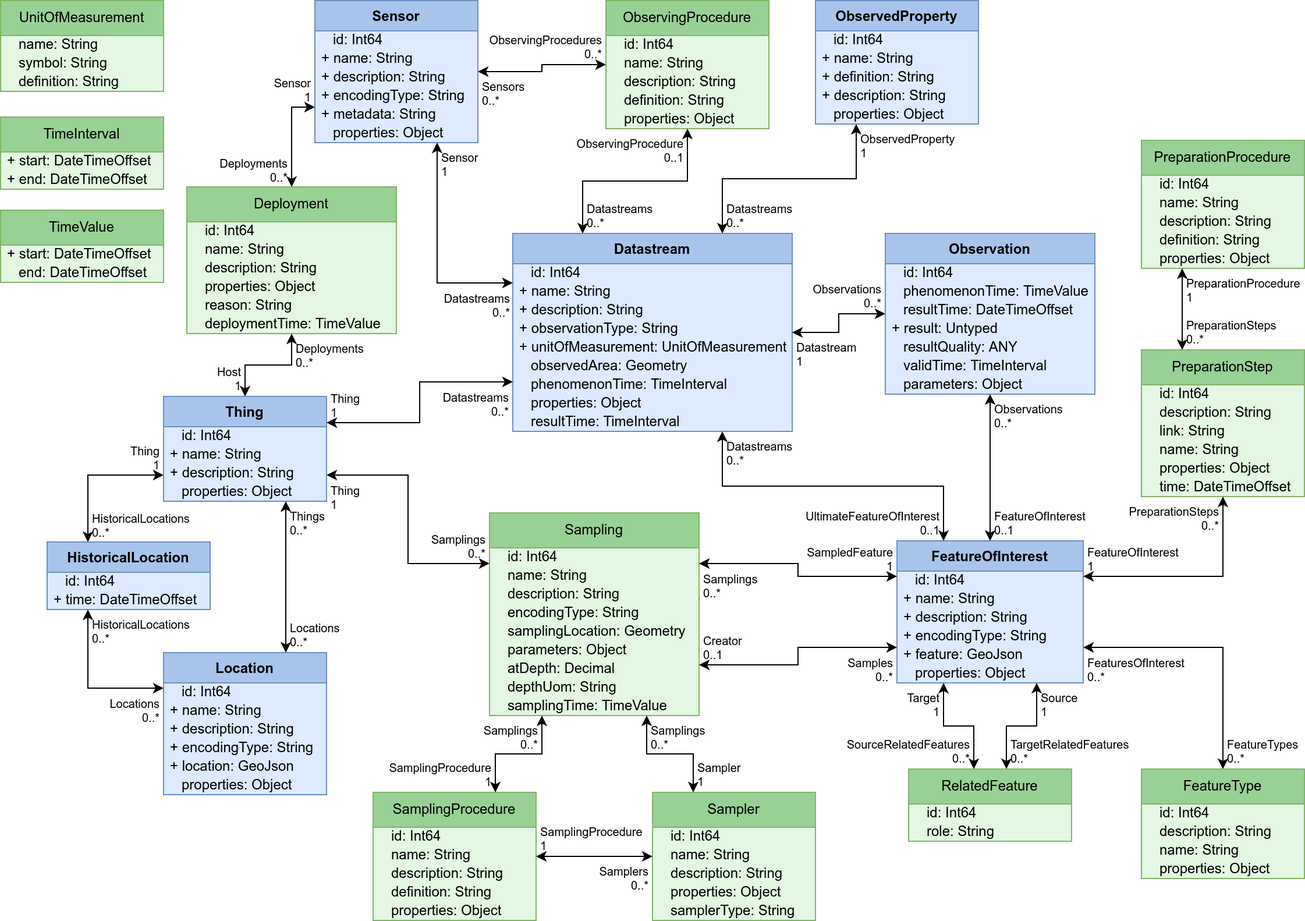
hylkevds/FROST-Server.Plugin.WaterQualityIE keeps this draw.io diagram as Datamodel-SensorThingsApi-WaterQualityIE-implemented.drawio.png. Above is the earlier version. Source tidied: cells renumbered, new cells last; positions are measured from the earlier drawing's top-left corner, leaving out a move shared by most shapes.
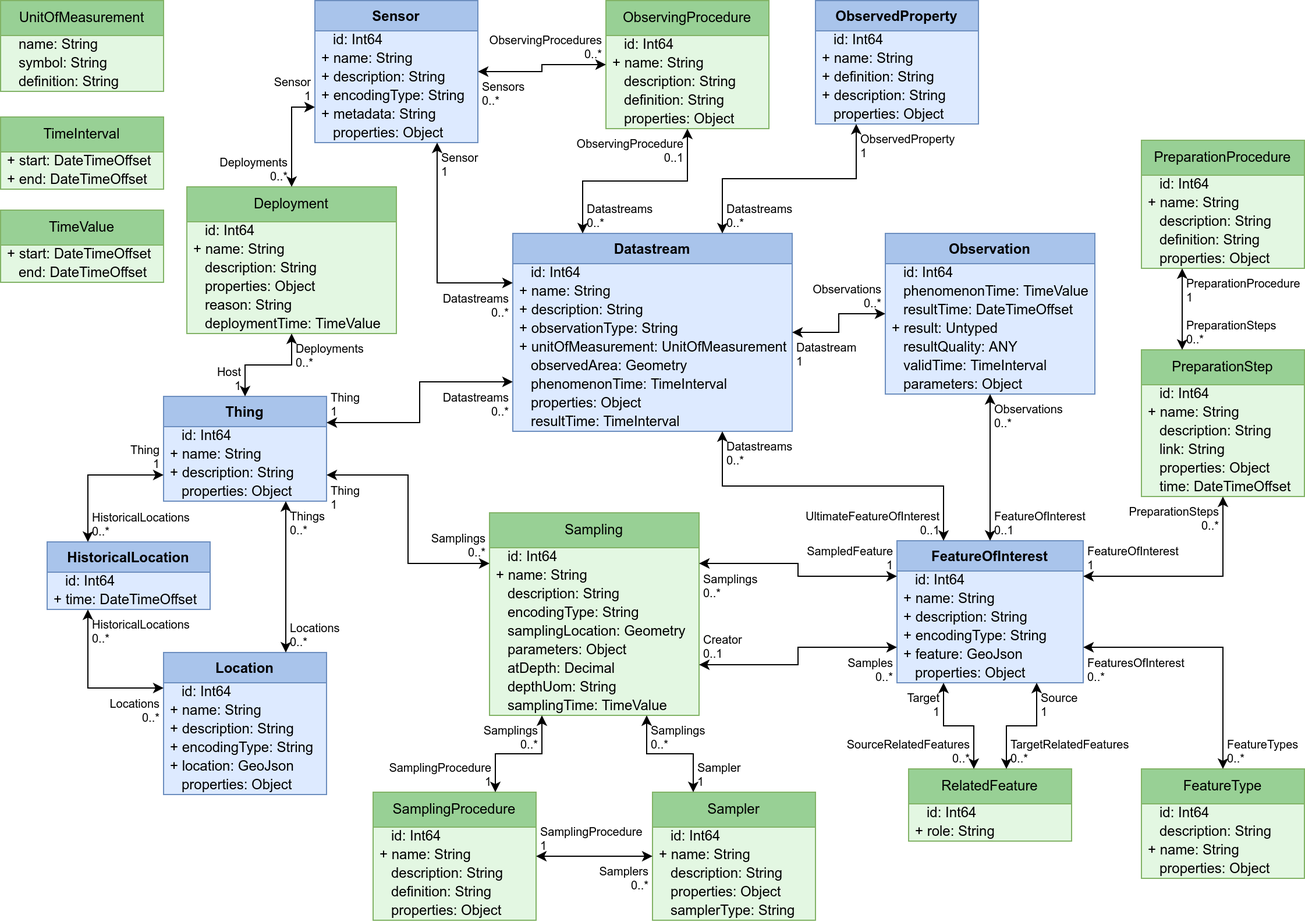
The same file after the commit.

Commit message:
Changed name and role properties to be mandatory

Change to the diagram source:
```diff
@@ -38,7 +38,7 @@
     <mxCell id="13" value="&amp;nbsp;&amp;nbsp;&amp;nbsp;id: Int64" style="text;strokeColor=none;fillColor=none;align=left;verticalAlign=middle;spacingLeft=4;spacingRight=4;overflow=visible;html=1;" parent="12" vertex="1">
       <mxGeometry y="30" width="180" height="16" as="geometry" />
     </mxCell>
-    <mxCell id="14" value="&amp;nbsp;&amp;nbsp;&amp;nbsp;name: String" style="text;strokeColor=none;fillColor=none;align=left;verticalAlign=middle;spacingLeft=4;spacingRight=4;overflow=visible;html=1;" parent="12" vertex="1">
+    <mxCell id="14" value="+&amp;nbsp;name: String" style="text;strokeColor=none;fillColor=none;align=left;verticalAlign=middle;spacingLeft=4;spacingRight=4;overflow=visible;html=1;" parent="12" vertex="1">
       <mxGeometry y="46" width="180" height="16" as="geometry" />
     </mxCell>
     <mxCell id="15" value="&amp;nbsp;&amp;nbsp;&amp;nbsp;description: String" style="text;strokeColor=none;fillColor=none;align=left;verticalAlign=middle;spacingLeft=4;spacingRight=4;overflow=visible;html=1;" parent="12" vertex="1">
@@ -92,7 +92,7 @@
     <mxCell id="31" value="&amp;nbsp;&amp;nbsp;&amp;nbsp;description: String" style="text;strokeColor=none;fillColor=none;align=left;verticalAlign=middle;spacingLeft=4;spacingRight=4;overflow=visible;html=1;" parent="29" vertex="1">
       <mxGeometry y="46" width="140" height="16" as="geometry" />
     </mxCell>
-    <mxCell id="32" value="&amp;nbsp;&amp;nbsp;&amp;nbsp;name: String" style="text;strokeColor=none;fillColor=none;align=left;verticalAlign=middle;spacingLeft=4;spacingRight=4;overflow=visible;html=1;" parent="29" vertex="1">
+    <mxCell id="32" value="+&amp;nbsp;name: String" style="text;strokeColor=none;fillColor=none;align=left;verticalAlign=middle;spacingLeft=4;spacingRight=4;overflow=visible;html=1;" parent="29" vertex="1">
       <mxGeometry y="62" width="140" height="16" as="geometry" />
     </mxCell>
     <mxCell id="33" value="&amp;nbsp;&amp;nbsp;&amp;nbsp;properties: Object" style="text;strokeColor=none;fillColor=none;align=left;verticalAlign=middle;spacingLeft=4;spacingRight=4;overflow=visible;html=1;" parent="29" vertex="1">
@@ -221,7 +221,7 @@
     <mxCell id="74" value="&amp;nbsp;&amp;nbsp;&amp;nbsp;id: Int64" style="text;strokeColor=none;fillColor=none;align=left;verticalAlign=middle;spacingLeft=4;spacingRight=4;overflow=visible;html=1;" parent="73" vertex="1">
       <mxGeometry y="30" width="140" height="16" as="geometry" />
     </mxCell>
-    <mxCell id="75" value="&amp;nbsp;&amp;nbsp;&amp;nbsp;name: String" style="text;strokeColor=none;fillColor=none;align=left;verticalAlign=middle;spacingLeft=4;spacingRight=4;overflow=visible;html=1;" parent="73" vertex="1">
+    <mxCell id="75" value="+&amp;nbsp;name: String" style="text;strokeColor=none;fillColor=none;align=left;verticalAlign=middle;spacingLeft=4;spacingRight=4;overflow=visible;html=1;" parent="73" vertex="1">
       <mxGeometry y="46" width="140" height="16" as="geometry" />
     </mxCell>
     <mxCell id="76" value="&amp;nbsp;&amp;nbsp;&amp;nbsp;description: String" style="text;strokeColor=none;fillColor=none;align=left;verticalAlign=middle;spacingLeft=4;spacingRight=4;overflow=visible;html=1;" parent="73" vertex="1">
@@ -248,7 +248,7 @@
     <mxCell id="83" value="&amp;nbsp;&amp;nbsp;&amp;nbsp;id: Int64" style="text;strokeColor=none;fillColor=none;align=left;verticalAlign=middle;spacingLeft=4;spacingRight=4;overflow=visible;html=1;" parent="82" vertex="1">
       <mxGeometry y="30" width="140" height="16" as="geometry" />
     </mxCell>
-    <mxCell id="84" value="&amp;nbsp;&amp;nbsp;&amp;nbsp;name: String" style="text;strokeColor=none;fillColor=none;align=left;verticalAlign=middle;spacingLeft=4;spacingRight=4;overflow=visible;html=1;" parent="82" vertex="1">
+    <mxCell id="84" value="+&amp;nbsp;name: String" style="text;strokeColor=none;fillColor=none;align=left;verticalAlign=middle;spacingLeft=4;spacingRight=4;overflow=visible;html=1;" parent="82" vertex="1">
       <mxGeometry y="46" width="140" height="16" as="geometry" />
     </mxCell>
     <mxCell id="85" value="&amp;nbsp;&amp;nbsp;&amp;nbsp;description: String" style="text;strokeColor=none;fillColor=none;align=left;verticalAlign=middle;spacingLeft=4;spacingRight=4;overflow=visible;html=1;" parent="82" vertex="1">
@@ -266,15 +266,15 @@
     <mxCell id="89" value="&amp;nbsp;&amp;nbsp;&amp;nbsp;id: Int64" style="text;strokeColor=none;fillColor=none;align=left;verticalAlign=middle;spacingLeft=4;spacingRight=4;overflow=visible;html=1;" parent="88" vertex="1">
       <mxGeometry y="30" width="140" height="16" as="geometry" />
     </mxCell>
+    <mxCell id="92" value="+&amp;nbsp;name: String" style="text;strokeColor=none;fillColor=none;align=left;verticalAlign=middle;spacingLeft=4;spacingRight=4;overflow=visible;html=1;" parent="88" vertex="1">
+      <mxGeometry y="46" width="140" height="16" as="geometry" />
+    </mxCell>
     <mxCell id="90" value="&amp;nbsp;&amp;nbsp;&amp;nbsp;description: String" style="text;strokeColor=none;fillColor=none;align=left;verticalAlign=middle;spacingLeft=4;spacingRight=4;overflow=visible;html=1;" parent="88" vertex="1">
-      <mxGeometry y="46" width="140" height="16" as="geometry" />
+      <mxGeometry y="62" width="140" height="16" as="geometry" />
     </mxCell>
     <mxCell id="91" value="&amp;nbsp;&amp;nbsp;&amp;nbsp;link: String" style="text;strokeColor=none;fillColor=none;align=left;verticalAlign=middle;spacingLeft=4;spacingRight=4;overflow=visible;html=1;" parent="88" vertex="1">
-      <mxGeometry y="62" width="140" height="16" as="geometry" />
+      <mxGeometry y="78" width="140" height="16" as="geometry" />
     </mxCell>
-    <mxCell id="92" value="&amp;nbsp;&amp;nbsp;&amp;nbsp;name: String" style="text;strokeColor=none;fillColor=none;align=left;verticalAlign=middle;spacingLeft=4;spacingRight=4;overflow=visible;html=1;" parent="88" vertex="1">
-      <mxGeometry y="78" width="140" height="16" as="geometry" />
-    </mxCell>
     <mxCell id="93" value="&amp;nbsp;&amp;nbsp;&amp;nbsp;properties: Object" style="text;strokeColor=none;fillColor=none;align=left;verticalAlign=middle;spacingLeft=4;spacingRight=4;overflow=visible;html=1;" parent="88" vertex="1">
       <mxGeometry y="94" width="140" height="16" as="geometry" />
     </mxCell>
@@ -305,7 +305,7 @@
     <mxCell id="102" value="&amp;nbsp;&amp;nbsp;&amp;nbsp;id: Int64" style="text;strokeColor=none;fillColor=none;align=left;verticalAlign=middle;spacingLeft=4;spacingRight=4;overflow=visible;html=1;" parent="101" vertex="1">
       <mxGeometry y="30" width="140" height="16" as="geometry" />
     </mxCell>
-    <mxCell id="103" value="&amp;nbsp;&amp;nbsp;&amp;nbsp;role: String" style="text;strokeColor=none;fillColor=none;align=left;verticalAlign=middle;spacingLeft=4;spacingRight=4;overflow=visible;html=1;" parent="101" vertex="1">
+    <mxCell id="103" value="+&amp;nbsp;role: String" style="text;strokeColor=none;fillColor=none;align=left;verticalAlign=middle;spacingLeft=4;spacingRight=4;overflow=visible;html=1;" parent="101" vertex="1">
       <mxGeometry y="46" width="140" height="16" as="geometry" />
     </mxCell>
     <mxCell id="104" style="endArrow=classic;startArrow=classic;html=1;rounded=0;entryX=0.75;entryY=1;entryDx=0;entryDy=0;exitX=0.6;exitY=0;exitDx=0;exitDy=0;edgeStyle=orthogonalEdgeStyle;exitPerimeter=0;" parent="1" edge="1" source="101" target="19">
@@ -332,7 +332,7 @@
     <mxCell id="111" value="&amp;nbsp;&amp;nbsp;&amp;nbsp;id: Int64" style="text;strokeColor=none;fillColor=none;align=left;verticalAlign=middle;spacingLeft=4;spacingRight=4;overflow=visible;html=1;" parent="110" vertex="1">
       <mxGeometry y="30" width="140" height="16" as="geometry" />
     </mxCell>
-    <mxCell id="112" value="&amp;nbsp;&amp;nbsp;&amp;nbsp;name: String" style="text;strokeColor=none;fillColor=none;align=left;verticalAlign=middle;spacingLeft=4;spacingRight=4;overflow=visible;html=1;" parent="110" vertex="1">
+    <mxCell id="112" value="+&amp;nbsp;name: String" style="text;strokeColor=none;fillColor=none;align=left;verticalAlign=middle;spacingLeft=4;spacingRight=4;overflow=visible;html=1;" parent="110" vertex="1">
       <mxGeometry y="46" width="140" height="16" as="geometry" />
     </mxCell>
     <mxCell id="113" value="&amp;nbsp;&amp;nbsp;&amp;nbsp;description: String" style="text;strokeColor=none;fillColor=none;align=left;verticalAlign=middle;spacingLeft=4;spacingRight=4;overflow=visible;html=1;" parent="110" vertex="1">
@@ -350,7 +350,7 @@
     <mxCell id="117" value="&amp;nbsp;&amp;nbsp;&amp;nbsp;id: Int64" style="text;strokeColor=none;fillColor=none;align=left;verticalAlign=middle;spacingLeft=4;spacingRight=4;overflow=visible;html=1;" parent="116" vertex="1">
       <mxGeometry y="30" width="180" height="16" as="geometry" />
     </mxCell>
-    <mxCell id="118" value="&amp;nbsp;&amp;nbsp;&amp;nbsp;name: String" style="text;strokeColor=none;fillColor=none;align=left;verticalAlign=middle;spacingLeft=4;spacingRight=4;overflow=visible;html=1;" parent="116" vertex="1">
+    <mxCell id="118" value="+&amp;nbsp;name: String" style="text;strokeColor=none;fillColor=none;align=left;verticalAlign=middle;spacingLeft=4;spacingRight=4;overflow=visible;html=1;" parent="116" vertex="1">
       <mxGeometry y="46" width="180" height="16" as="geometry" />
     </mxCell>
     <mxCell id="119" value="&amp;nbsp;&amp;nbsp;&amp;nbsp;description: String" style="text;strokeColor=none;fillColor=none;align=left;verticalAlign=middle;spacingLeft=4;spacingRight=4;overflow=visible;html=1;" parent="116" vertex="1">
@@ -407,7 +407,7 @@
     <mxCell id="136" value="&amp;nbsp;&amp;nbsp;&amp;nbsp;id: Int64" style="text;strokeColor=none;fillColor=none;align=left;verticalAlign=middle;spacingLeft=4;spacingRight=4;overflow=visible;html=1;" parent="135" vertex="1">
       <mxGeometry y="30" width="140" height="16" as="geometry" />
     </mxCell>
-    <mxCell id="137" value="&amp;nbsp;&amp;nbsp;&amp;nbsp;name: String" style="text;strokeColor=none;fillColor=none;align=left;verticalAlign=middle;spacingLeft=4;spacingRight=4;overflow=visible;html=1;" parent="135" vertex="1">
+    <mxCell id="137" value="+&amp;nbsp;name: String" style="text;strokeColor=none;fillColor=none;align=left;verticalAlign=middle;spacingLeft=4;spacingRight=4;overflow=visible;html=1;" parent="135" vertex="1">
       <mxGeometry y="46" width="140" height="16" as="geometry" />
     </mxCell>
     <mxCell id="138" value="&amp;nbsp;&amp;nbsp;&amp;nbsp;description: String" style="text;strokeColor=none;fillColor=none;align=left;verticalAlign=middle;spacingLeft=4;spacingRight=4;overflow=visible;html=1;" parent="135" vertex="1">
```
